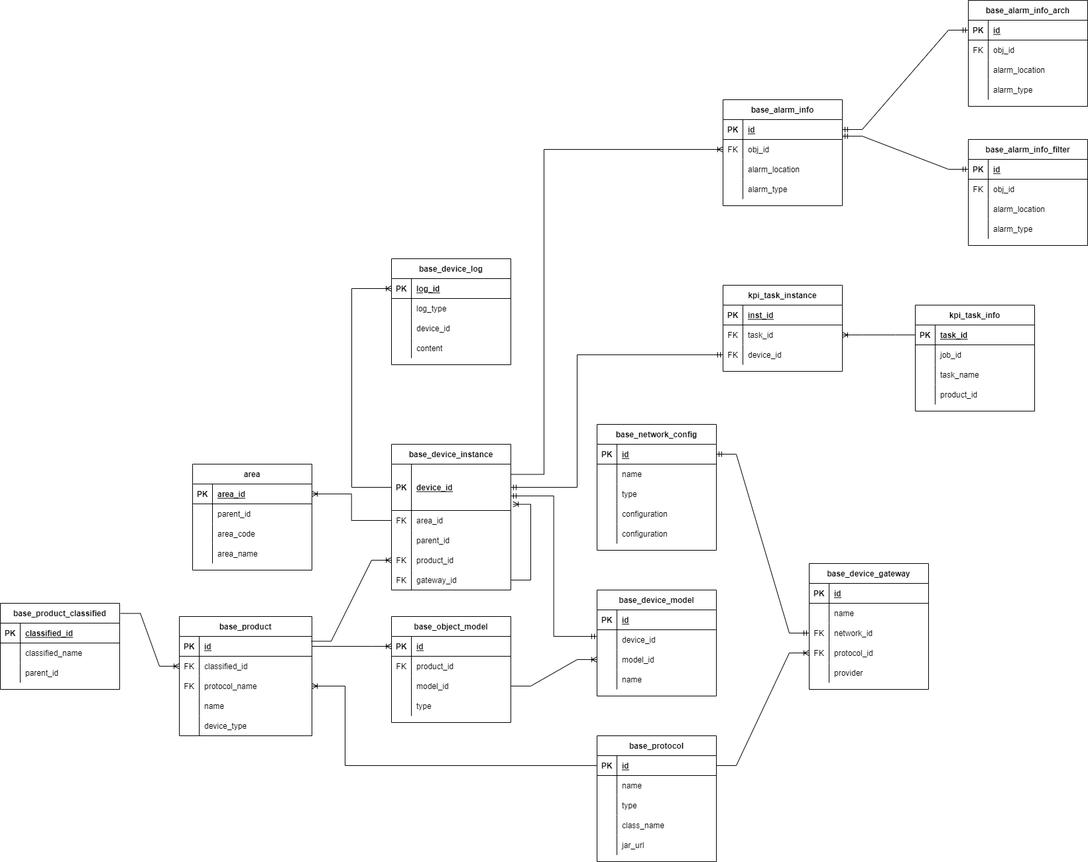
This is Untitled Diagram.drawio.png from liuyucai/springcloud-config, a draw.io export, as it was before one commit. Source tidied: cells renumbered, new cells last; positions are measured from the earlier drawing's top-left corner, leaving out a move shared by most shapes.
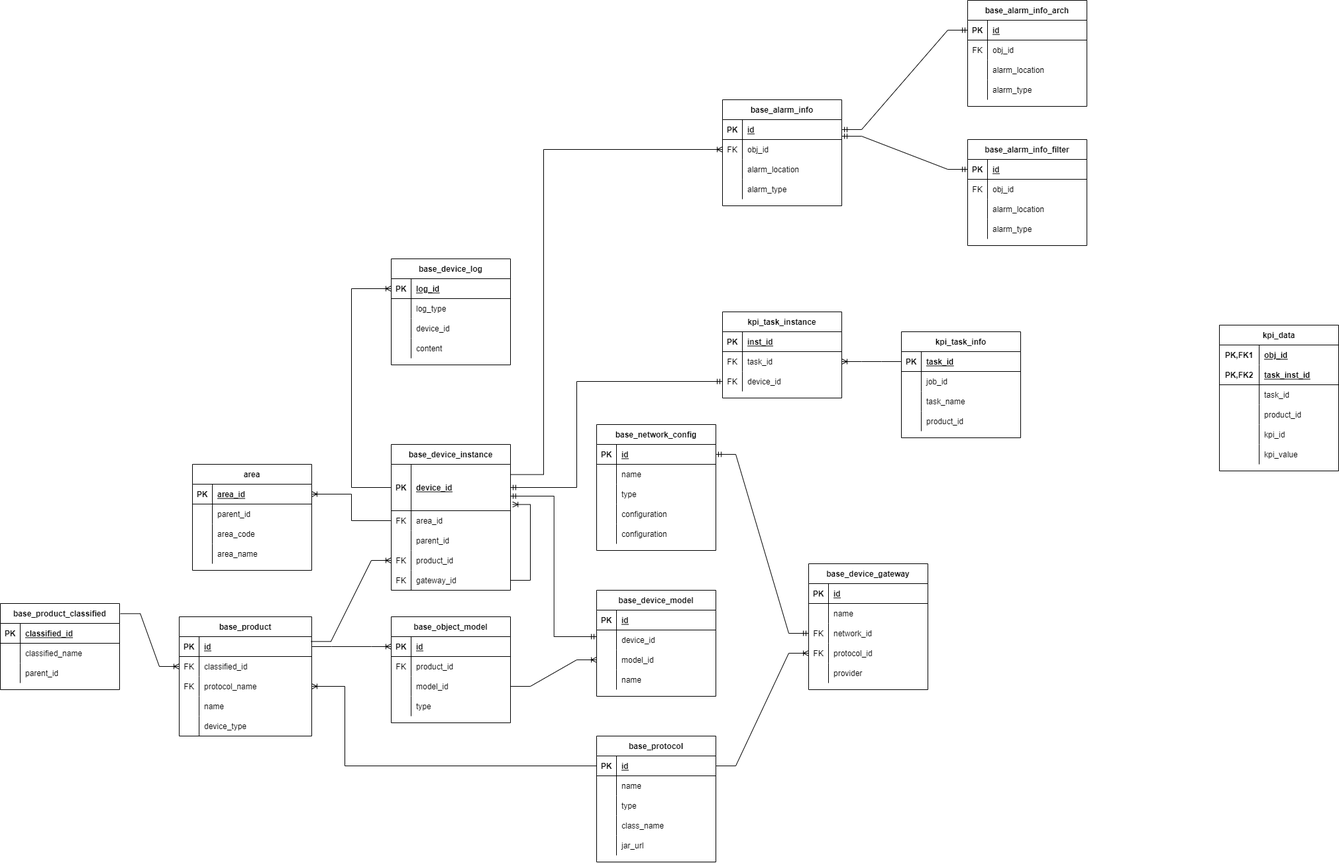
The same diagram one commit later.

What changed in the source:
```diff
@@ -478,7 +478,7 @@
       </mxGeometry>
     </mxCell>
     <mxCell id="155" value="kpi_task_info" style="shape=table;startSize=30;rowLines=0;fontStyle=1;align=center;" parent="1" vertex="1">
-      <mxGeometry x="1380" y="460" width="180" height="160" as="geometry" />
+      <mxGeometry x="1360" y="500" width="180" height="160" as="geometry" />
     </mxCell>
     <mxCell id="156" style="shape=tableRow;horizontal=0;startSize=0;swimlaneHead=0;swimlaneBody=0;fillColor=none;points=[[0,0.5],[1,0.5]];portConstraint=eastwest;top=0;left=0;right=0;bottom=1;" parent="155" vertex="1">
       <mxGeometry y="30" width="180" height="30" as="geometry" />
@@ -517,7 +517,7 @@
       <mxGeometry x="30" width="150" height="30" as="geometry" />
     </mxCell>
     <mxCell id="168" value="kpi_task_instance" style="shape=table;startSize=30;rowLines=0;fontStyle=1;align=center;" parent="1" vertex="1">
-      <mxGeometry x="1090" y="430" width="180" height="130" as="geometry" />
+      <mxGeometry x="1090" y="470" width="180" height="130" as="geometry" />
     </mxCell>
     <mxCell id="169" style="shape=tableRow;horizontal=0;startSize=0;swimlaneHead=0;swimlaneBody=0;fillColor=none;top=0;left=0;right=0;bottom=1;" parent="168" vertex="1">
       <mxGeometry y="30" width="180" height="30" as="geometry" />
@@ -688,5 +688,62 @@
         <mxPoint x="1270" y="205" as="sourcePoint" />
       </mxGeometry>
     </mxCell>
+    <mxCell id="222" value="kpi_data" style="shape=table;startSize=30;rowLines=0;fontStyle=1;align=center;" parent="1" vertex="1">
+      <mxGeometry x="1840" y="490" width="180" height="220" as="geometry" />
+    </mxCell>
+    <mxCell id="223" style="shape=tableRow;horizontal=0;startSize=0;swimlaneHead=0;swimlaneBody=0;fillColor=none;top=0;left=0;right=0;bottom=0;" parent="222" vertex="1">
+      <mxGeometry y="30" width="180" height="30" as="geometry" />
+    </mxCell>
+    <mxCell id="224" value="PK,FK1" style="shape=partialRectangle;fillColor=none;top=0;left=0;bottom=0;right=0;fontStyle=1;overflow=hidden;" parent="223" vertex="1">
+      <mxGeometry width="60" height="30" as="geometry" />
+    </mxCell>
+    <mxCell id="225" value="obj_id" style="shape=partialRectangle;fillColor=none;top=0;left=0;bottom=0;right=0;align=left;spacingLeft=6;fontStyle=5;overflow=hidden;" parent="223" vertex="1">
+      <mxGeometry x="60" width="120" height="30" as="geometry" />
+    </mxCell>
+    <mxCell id="226" style="shape=tableRow;horizontal=0;startSize=0;swimlaneHead=0;swimlaneBody=0;fillColor=none;top=0;left=0;right=0;bottom=1;" parent="222" vertex="1">
+      <mxGeometry y="60" width="180" height="30" as="geometry" />
+    </mxCell>
+    <mxCell id="227" value="PK,FK2" style="shape=partialRectangle;fillColor=none;top=0;left=0;bottom=0;right=0;fontStyle=1;overflow=hidden;" parent="226" vertex="1">
+      <mxGeometry width="60" height="30" as="geometry" />
+    </mxCell>
+    <mxCell id="228" value="task_inst_id" style="shape=partialRectangle;fillColor=none;top=0;left=0;bottom=0;right=0;align=left;spacingLeft=6;fontStyle=5;overflow=hidden;" parent="226" vertex="1">
+      <mxGeometry x="60" width="120" height="30" as="geometry" />
+    </mxCell>
+    <mxCell id="229" style="shape=tableRow;horizontal=0;startSize=0;swimlaneHead=0;swimlaneBody=0;fillColor=none;top=0;left=0;right=0;bottom=0;" parent="222" vertex="1">
+      <mxGeometry y="90" width="180" height="30" as="geometry" />
+    </mxCell>
+    <mxCell id="230" style="shape=partialRectangle;fillColor=none;top=0;left=0;bottom=0;right=0;overflow=hidden;" parent="229" vertex="1">
+      <mxGeometry width="60" height="30" as="geometry" />
+    </mxCell>
+    <mxCell id="231" value="task_id" style="shape=partialRectangle;fillColor=none;top=0;left=0;bottom=0;right=0;align=left;spacingLeft=6;overflow=hidden;" parent="229" vertex="1">
+      <mxGeometry x="60" width="120" height="30" as="geometry" />
+    </mxCell>
+    <mxCell id="232" style="shape=tableRow;horizontal=0;startSize=0;swimlaneHead=0;swimlaneBody=0;fillColor=none;top=0;left=0;right=0;bottom=0;" parent="222" vertex="1">
+      <mxGeometry y="120" width="180" height="30" as="geometry" />
+    </mxCell>
+    <mxCell id="233" style="shape=partialRectangle;fillColor=none;top=0;left=0;bottom=0;right=0;overflow=hidden;" parent="232" vertex="1">
+      <mxGeometry width="60" height="30" as="geometry" />
+    </mxCell>
+    <mxCell id="234" value="product_id" style="shape=partialRectangle;fillColor=none;top=0;left=0;bottom=0;right=0;align=left;spacingLeft=6;overflow=hidden;" parent="232" vertex="1">
+      <mxGeometry x="60" width="120" height="30" as="geometry" />
+    </mxCell>
+    <mxCell id="235" style="shape=tableRow;horizontal=0;startSize=0;swimlaneHead=0;swimlaneBody=0;fillColor=none;top=0;left=0;right=0;bottom=0;" parent="222" vertex="1">
+      <mxGeometry y="150" width="180" height="30" as="geometry" />
+    </mxCell>
+    <mxCell id="236" style="shape=partialRectangle;fillColor=none;top=0;left=0;bottom=0;right=0;fontStyle=0;overflow=hidden;" parent="235" vertex="1">
+      <mxGeometry width="60" height="30" as="geometry" />
+    </mxCell>
+    <mxCell id="237" value="kpi_id" style="shape=partialRectangle;fillColor=none;top=0;left=0;bottom=0;right=0;align=left;spacingLeft=6;fontStyle=0;overflow=hidden;" parent="235" vertex="1">
+      <mxGeometry x="60" width="120" height="30" as="geometry" />
+    </mxCell>
+    <mxCell id="238" style="shape=tableRow;horizontal=0;startSize=0;swimlaneHead=0;swimlaneBody=0;fillColor=none;top=0;left=0;right=0;bottom=0;" parent="222" vertex="1">
+      <mxGeometry y="180" width="180" height="30" as="geometry" />
+    </mxCell>
+    <mxCell id="239" style="shape=partialRectangle;fillColor=none;top=0;left=0;bottom=0;right=0;fontStyle=0;overflow=hidden;" parent="238" vertex="1">
+      <mxGeometry width="60" height="30" as="geometry" />
+    </mxCell>
+    <mxCell id="240" value="kpi_value" style="shape=partialRectangle;fillColor=none;top=0;left=0;bottom=0;right=0;align=left;spacingLeft=6;fontStyle=0;overflow=hidden;" parent="238" vertex="1">
+      <mxGeometry x="60" width="120" height="30" as="geometry" />
+    </mxCell>
   </root>
 </mxGraphModel>
```
